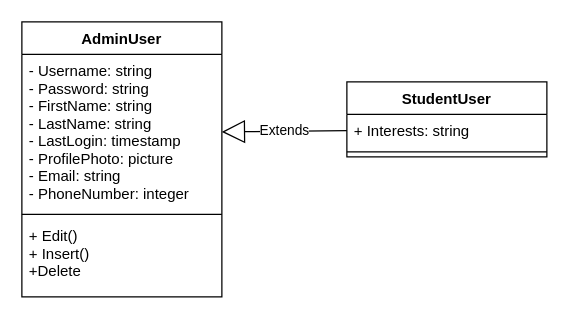
Above: Class Diagram - Login and User Management Section.drawio in m-bassiri/HamyarApp (draw.io), before the change. Source tidied: cells renumbered, new cells numbered last; positions are measured from the earlier drawing's top-left corner, leaving out a move shared by most shapes. Both pictures are drawn from the tidied source at 125%, with x=0, y=0 at pixel (21, 21).
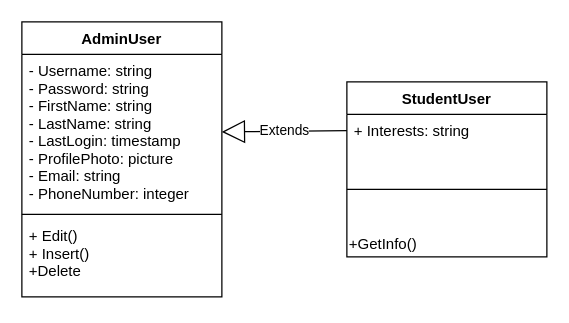
The same diagram, later.

Change to the diagram source:
```diff
@@
 <mxGraphModel>
   <root>
     <mxCell id="0" />
     <mxCell id="1" parent="0" />
     <mxCell id="2" value="AdminUser" style="swimlane;fontStyle=1;align=center;verticalAlign=top;horizontal=1;startSize=26;" parent="1" vertex="1">
       <mxGeometry width="160" height="220" as="geometry" />
     </mxCell>
     <mxCell id="3" value="- Username: string&#10;- Password: string&#10;- FirstName: string&#10;- LastName: string&#10;- LastLogin: timestamp&#10;- ProfilePhoto: picture&#10;- Email: string&#10;- PhoneNumber: integer&#10;" style="text;strokeColor=none;fillColor=none;align=left;verticalAlign=top;spacingLeft=4;spacingRight=4;overflow=hidden;points=[[0,0.5],[1,0.5]];portConstraint=eastwest;" parent="2" vertex="1">
       <mxGeometry y="26" width="160" height="124" as="geometry" />
     </mxCell>
     <mxCell id="4" style="line;strokeWidth=1;fillColor=none;align=left;verticalAlign=middle;spacingTop=-1;spacingLeft=3;spacingRight=3;labelPosition=right;" parent="2" vertex="1">
       <mxGeometry y="150" width="160" height="8" as="geometry" />
     </mxCell>
     <mxCell id="5" value="+ Edit()&#10;+ Insert()&#10;+Delete&#10;" style="text;strokeColor=none;fillColor=none;align=left;verticalAlign=top;spacingLeft=4;spacingRight=4;overflow=hidden;" parent="2" vertex="1">
       <mxGeometry y="158" width="160" height="62" as="geometry" />
     </mxCell>
     <mxCell id="6" value="StudentUser" style="swimlane;fontStyle=1;align=center;verticalAlign=top;horizontal=1;startSize=26;" parent="1" vertex="1">
-      <mxGeometry x="260" y="48" width="160" height="60" as="geometry" />
+      <mxGeometry x="260" y="48" width="160" height="140" as="geometry" />
     </mxCell>
     <mxCell id="7" value="+ Interests: string" style="text;strokeColor=none;fillColor=none;align=left;verticalAlign=top;spacingLeft=4;spacingRight=4;overflow=hidden;points=[[0,0.5],[1,0.5]];portConstraint=eastwest;" parent="6" vertex="1">
       <mxGeometry y="26" width="160" height="26" as="geometry" />
     </mxCell>
     <mxCell id="8" style="line;strokeWidth=1;fillColor=none;align=left;verticalAlign=middle;spacingTop=-1;spacingLeft=3;spacingRight=3;labelPosition=right;" parent="6" vertex="1">
-      <mxGeometry y="52" width="160" height="8" as="geometry" />
+      <mxGeometry y="52" width="160" height="68" as="geometry" />
     </mxCell>
+    <mxCell id="10" value="+GetInfo()&lt;br&gt;" style="text;html=1;align=left;verticalAlign=top;spacingTop=-4;" parent="6" vertex="1">
+      <mxGeometry y="120" width="160" height="20" as="geometry" />
+    </mxCell>
     <mxCell id="9" value="Extends" style="endArrow=block;endSize=16;endFill=0;html=1;exitX=0;exitY=0.5;exitDx=0;exitDy=0;entryX=1;entryY=0.5;entryDx=0;entryDy=0;" parent="1" edge="1" source="7" target="3">
       <mxGeometry relative="1" as="geometry" />
     </mxCell>
   </root>
 </mxGraphModel>
```
